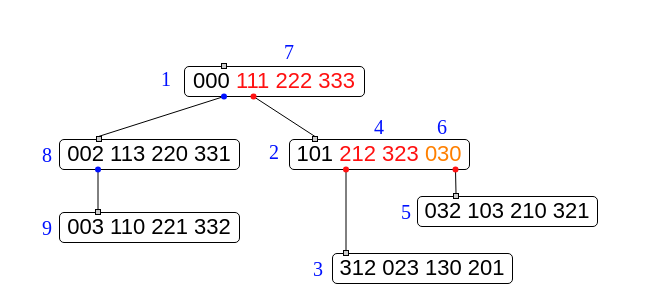
The draw.io diagram Trees/CCRtrees/4k/CCR3/4kCCR3.3v3.drawio in Al-ttaeeA/research, before the edit. Source tidied: cells renumbered, new cells numbered last; positions are measured from the earlier drawing's top-left corner, leaving out a move shared by most shapes. Both pictures are drawn from the tidied source at 100%, with x=0, y=0 at pixel (17, 36).
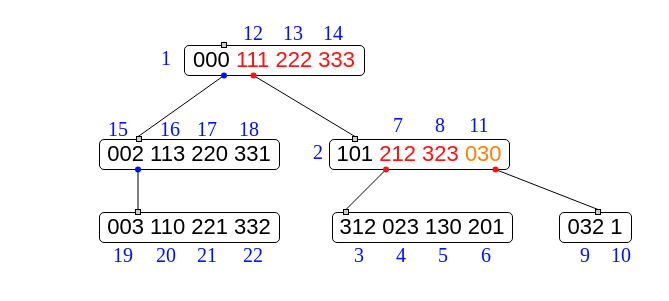
The same page after the edit.

The edit, as a diff of the source:
```diff
@@
     <mxCell id="7" value="&lt;font style=&quot;font-size: 22px;&quot;&gt;000 &lt;font style=&quot;color: rgb(255, 17, 17);&quot;&gt;111 222 333&lt;/font&gt;&lt;/font&gt;" style="rounded=1;whiteSpace=wrap;html=1;" parent="1" vertex="1">
-      <mxGeometry x="167" y="30" width="180" height="30" as="geometry" />
+      <mxGeometry x="167" y="9" width="180" height="30" as="geometry" />
     </mxCell>
     <mxCell id="8" value="&lt;font style=&quot;font-size: 22px;&quot;&gt;101 &lt;font style=&quot;color: rgb(255, 17, 17);&quot;&gt;212 323&lt;/font&gt; &lt;font style=&quot;color: rgb(255, 128, 0);&quot;&gt;030&lt;/font&gt;&lt;/font&gt;" style="rounded=1;whiteSpace=wrap;html=1;" parent="1" vertex="1">
-      <mxGeometry x="272" y="103" width="180" height="30" as="geometry" />
+      <mxGeometry x="312" y="103" width="180" height="30" as="geometry" />
     </mxCell>
     <mxCell id="9" value="&lt;font style=&quot;font-size: 22px;&quot;&gt;002 113 220 &lt;font style=&quot;color: rgb(0, 0, 0);&quot;&gt;331&lt;/font&gt;&lt;/font&gt;" style="rounded=1;whiteSpace=wrap;html=1;" parent="1" vertex="1">
-      <mxGeometry x="42" y="103" width="180" height="30" as="geometry" />
+      <mxGeometry x="82" y="103" width="180" height="30" as="geometry" />
     </mxCell>
     <mxCell id="10" value="&lt;font style=&quot;font-size: 22px;&quot;&gt;003 110 221 332&lt;/font&gt;" style="rounded=1;whiteSpace=wrap;html=1;" parent="1" vertex="1">
-      <mxGeometry x="42" y="176" width="180" height="30" as="geometry" />
+      <mxGeometry x="82" y="176" width="180" height="30" as="geometry" />
     </mxCell>
-    <mxCell id="11" value="&lt;font style=&quot;font-size: 22px;&quot;&gt;032 103 210 321&lt;/font&gt;" style="rounded=1;whiteSpace=wrap;html=1;" parent="1" vertex="1">
-      <mxGeometry x="400" y="160" width="180" height="30" as="geometry" />
+    <mxCell id="11" value="&lt;font style=&quot;font-size: 22px;&quot;&gt;032 1&lt;/font&gt;" style="rounded=1;whiteSpace=wrap;html=1;" parent="1" vertex="1">
+      <mxGeometry x="542" y="176" width="72" height="30" as="geometry" />
     </mxCell>
     <mxCell id="12" value="&lt;font style=&quot;font-size: 22px;&quot;&gt;312 023 130 201&lt;/font&gt;" style="rounded=1;whiteSpace=wrap;html=1;" parent="1" vertex="1">
-      <mxGeometry x="315" y="217" width="180" height="30" as="geometry" />
+      <mxGeometry x="315" y="176" width="180" height="30" as="geometry" />
     </mxCell>
     <mxCell id="13" style="rounded=0;whiteSpace=wrap;html=1;fillColor=#CCCCCC;" parent="1" vertex="1">
-      <mxGeometry x="204" y="27" width="5" height="5" as="geometry" />
+      <mxGeometry x="204" y="6" width="5" height="5" as="geometry" />
     </mxCell>
     <mxCell id="14" style="shape=waypoint;sketch=0;fillStyle=solid;size=6;points=[];fillColor=none;perimeter=centerPerimeter;snapToPoint=1;strokeColor=#FF1111;" parent="1" vertex="1">
-      <mxGeometry x="226" y="50" width="20" height="20" as="geometry" />
+      <mxGeometry x="226" y="29" width="20" height="20" as="geometry" />
     </mxCell>
     <mxCell id="15" value="&lt;font style=&quot;color: rgb(0, 17, 255); font-size: 20px;&quot; face=&quot;Times New Roman&quot;&gt;1&lt;/font&gt;" style="text;html=1;whiteSpace=wrap;strokeColor=none;fillColor=none;align=center;verticalAlign=middle;rounded=0;" parent="1" vertex="1">
-      <mxGeometry x="119" y="27" width="60" height="30" as="geometry" />
+      <mxGeometry x="119" y="6" width="60" height="30" as="geometry" />
     </mxCell>
     <mxCell id="16" style="shape=waypoint;sketch=0;fillStyle=solid;size=6;points=[];fillColor=none;perimeter=centerPerimeter;snapToPoint=1;strokeColor=#0011FF;" parent="1" vertex="1">
-      <mxGeometry x="196.5" y="50" width="20" height="20" as="geometry" />
+      <mxGeometry x="196.5" y="29" width="20" height="20" as="geometry" />
     </mxCell>
     <mxCell id="17" style="rounded=0;whiteSpace=wrap;html=1;fillColor=#CCCCCC;" parent="1" vertex="1">
-      <mxGeometry x="295" y="100" width="5" height="5" as="geometry" />
+      <mxGeometry x="335" y="100" width="5" height="5" as="geometry" />
     </mxCell>
     <mxCell id="18" style="rounded=0;whiteSpace=wrap;html=1;fillColor=#CCCCCC;" parent="1" vertex="1">
-      <mxGeometry x="79" y="100" width="5" height="5" as="geometry" />
+      <mxGeometry x="119" y="100" width="5" height="5" as="geometry" />
     </mxCell>
     <mxCell id="19" style="rounded=0;whiteSpace=wrap;html=1;fillColor=#CCCCCC;" parent="1" vertex="1">
-      <mxGeometry x="436" y="157" width="5" height="5" as="geometry" />
+      <mxGeometry x="578" y="173" width="5" height="5" as="geometry" />
     </mxCell>
     <mxCell id="20" style="rounded=0;whiteSpace=wrap;html=1;fillColor=#CCCCCC;" parent="1" vertex="1">
-      <mxGeometry x="78" y="173" width="5" height="5" as="geometry" />
+      <mxGeometry x="118" y="173" width="5" height="5" as="geometry" />
     </mxCell>
     <mxCell id="21" style="rounded=0;whiteSpace=wrap;html=1;fillColor=#CCCCCC;" parent="1" vertex="1">
-      <mxGeometry x="326" y="214" width="5" height="5" as="geometry" />
+      <mxGeometry x="326" y="173" width="5" height="5" as="geometry" />
     </mxCell>
     <mxCell id="22" style="shape=waypoint;sketch=0;fillStyle=solid;size=6;points=[];fillColor=none;perimeter=centerPerimeter;snapToPoint=1;strokeColor=#FF1111;" parent="1" vertex="1">
-      <mxGeometry x="318.5" y="123" width="20" height="20" as="geometry" />
+      <mxGeometry x="358.5" y="123" width="20" height="20" as="geometry" />
     </mxCell>
     <mxCell id="23" style="shape=waypoint;sketch=0;fillStyle=solid;size=6;points=[];fillColor=none;perimeter=centerPerimeter;snapToPoint=1;strokeColor=#FF1111;" parent="1" vertex="1">
-      <mxGeometry x="428" y="123" width="20" height="20" as="geometry" />
+      <mxGeometry x="468" y="123" width="20" height="20" as="geometry" />
     </mxCell>
+    <mxCell id="29" style="shape=waypoint;sketch=0;fillStyle=solid;size=6;points=[];fillColor=none;perimeter=centerPerimeter;snapToPoint=1;strokeColor=#0011FF;" parent="1" vertex="1">
+      <mxGeometry x="110.5" y="123" width="20" height="20" as="geometry" />
+    </mxCell>
     <mxCell id="24" value="&lt;font style=&quot;color: rgb(0, 17, 255); font-size: 20px;&quot; face=&quot;Times New Roman&quot;&gt;2&lt;/font&gt;" style="text;html=1;whiteSpace=wrap;strokeColor=none;fillColor=none;align=center;verticalAlign=middle;rounded=0;" parent="1" vertex="1">
-      <mxGeometry x="227" y="100" width="60" height="30" as="geometry" />
+      <mxGeometry x="271" y="100" width="60" height="30" as="geometry" />
     </mxCell>
     <mxCell id="25" value="&lt;font style=&quot;color: rgb(0, 17, 255); font-size: 20px;&quot; face=&quot;Times New Roman&quot;&gt;3&lt;/font&gt;" style="text;html=1;whiteSpace=wrap;strokeColor=none;fillColor=none;align=center;verticalAlign=middle;rounded=0;" parent="1" vertex="1">
-      <mxGeometry x="271" y="217" width="60" height="30" as="geometry" />
+      <mxGeometry x="312" y="203" width="60" height="30" as="geometry" />
     </mxCell>
+    <mxCell id="30" value="&lt;font style=&quot;color: rgb(0, 17, 255); font-size: 20px;&quot; face=&quot;Times New Roman&quot;&gt;4&lt;/font&gt;" style="text;html=1;whiteSpace=wrap;strokeColor=none;fillColor=none;align=center;verticalAlign=middle;rounded=0;" parent="1" vertex="1">
+      <mxGeometry x="354" y="203" width="60" height="30" as="geometry" />
+    </mxCell>
+    <mxCell id="31" value="&lt;font style=&quot;color: rgb(0, 17, 255); font-size: 20px;&quot; face=&quot;Times New Roman&quot;&gt;5&lt;/font&gt;" style="text;html=1;whiteSpace=wrap;strokeColor=none;fillColor=none;align=center;verticalAlign=middle;rounded=0;" parent="1" vertex="1">
+      <mxGeometry x="396" y="203" width="60" height="30" as="geometry" />
+    </mxCell>
+    <mxCell id="32" value="&lt;font style=&quot;color: rgb(0, 17, 255); font-size: 20px;&quot; face=&quot;Times New Roman&quot;&gt;6&lt;/font&gt;" style="text;html=1;whiteSpace=wrap;strokeColor=none;fillColor=none;align=center;verticalAlign=middle;rounded=0;" parent="1" vertex="1">
+      <mxGeometry x="439" y="203" width="60" height="30" as="geometry" />
+    </mxCell>
     <mxCell id="26" value="&lt;font style=&quot;color: rgb(0, 17, 255); font-size: 20px;&quot; face=&quot;Times New Roman&quot;&gt;7&lt;/font&gt;" style="text;html=1;whiteSpace=wrap;strokeColor=none;fillColor=none;align=center;verticalAlign=middle;rounded=0;" parent="1" vertex="1">
-      <mxGeometry x="242" width="60" height="30" as="geometry" />
+      <mxGeometry x="351" y="73" width="60" height="30" as="geometry" />
     </mxCell>
     <mxCell id="27" value="&lt;font style=&quot;color: rgb(0, 17, 255); font-size: 20px;&quot; face=&quot;Times New Roman&quot;&gt;8&lt;/font&gt;" style="text;html=1;whiteSpace=wrap;strokeColor=none;fillColor=none;align=center;verticalAlign=middle;rounded=0;" parent="1" vertex="1">
-      <mxGeometry y="103" width="60" height="30" as="geometry" />
+      <mxGeometry x="393" y="73" width="60" height="30" as="geometry" />
     </mxCell>
     <mxCell id="28" value="&lt;font style=&quot;color: rgb(0, 17, 255); font-size: 20px;&quot; face=&quot;Times New Roman&quot;&gt;9&lt;/font&gt;" style="text;html=1;whiteSpace=wrap;strokeColor=none;fillColor=none;align=center;verticalAlign=middle;rounded=0;" parent="1" vertex="1">
-      <mxGeometry y="176" width="60" height="30" as="geometry" />
+      <mxGeometry x="538" y="203" width="60" height="30" as="geometry" />
     </mxCell>
-    <mxCell id="29" style="shape=waypoint;sketch=0;fillStyle=solid;size=6;points=[];fillColor=none;perimeter=centerPerimeter;snapToPoint=1;strokeColor=#0011FF;" parent="1" vertex="1">
-      <mxGeometry x="70.5" y="123" width="20" height="20" as="geometry" />
-    </mxCell>
-    <mxCell id="30" value="&lt;font style=&quot;color: rgb(0, 17, 255); font-size: 20px;&quot; face=&quot;Times New Roman&quot;&gt;4&lt;/font&gt;" style="text;html=1;whiteSpace=wrap;strokeColor=none;fillColor=none;align=center;verticalAlign=middle;rounded=0;" parent="1" vertex="1">
-      <mxGeometry x="332" y="75" width="60" height="30" as="geometry" />
-    </mxCell>
-    <mxCell id="31" value="&lt;font style=&quot;color: rgb(0, 17, 255); font-size: 20px;&quot; face=&quot;Times New Roman&quot;&gt;5&lt;/font&gt;" style="text;html=1;whiteSpace=wrap;strokeColor=none;fillColor=none;align=center;verticalAlign=middle;rounded=0;" parent="1" vertex="1">
-      <mxGeometry x="359" y="160" width="60" height="30" as="geometry" />
-    </mxCell>
-    <mxCell id="32" value="&lt;font style=&quot;color: rgb(0, 17, 255); font-size: 20px;&quot; face=&quot;Times New Roman&quot;&gt;6&lt;/font&gt;" style="text;html=1;whiteSpace=wrap;strokeColor=none;fillColor=none;align=center;verticalAlign=middle;rounded=0;" parent="1" vertex="1">
-      <mxGeometry x="395" y="75" width="60" height="30" as="geometry" />
-    </mxCell>
+    <mxCell id="33" value="&lt;font style=&quot;color: rgb(0, 17, 255); font-size: 20px;&quot; face=&quot;Times New Roman&quot;&gt;10&lt;/font&gt;" style="text;html=1;whiteSpace=wrap;strokeColor=none;fillColor=none;align=center;verticalAlign=middle;rounded=0;" parent="1" vertex="1">
+      <mxGeometry x="574" y="203" width="60" height="30" as="geometry" />
+    </mxCell>
+    <mxCell id="34" value="&lt;font style=&quot;color: rgb(0, 17, 255); font-size: 20px;&quot; face=&quot;Times New Roman&quot;&gt;11&lt;/font&gt;" style="text;html=1;whiteSpace=wrap;strokeColor=none;fillColor=none;align=center;verticalAlign=middle;rounded=0;" parent="1" vertex="1">
+      <mxGeometry x="432" y="73" width="60" height="30" as="geometry" />
+    </mxCell>
+    <mxCell id="35" value="&lt;font style=&quot;color: rgb(0, 17, 255); font-size: 20px;&quot; face=&quot;Times New Roman&quot;&gt;12&lt;/font&gt;" style="text;html=1;whiteSpace=wrap;strokeColor=none;fillColor=none;align=center;verticalAlign=middle;rounded=0;" parent="1" vertex="1">
+      <mxGeometry x="206" y="-19" width="60" height="30" as="geometry" />
+    </mxCell>
+    <mxCell id="36" value="&lt;font style=&quot;color: rgb(0, 17, 255); font-size: 20px;&quot; face=&quot;Times New Roman&quot;&gt;13&lt;/font&gt;" style="text;html=1;whiteSpace=wrap;strokeColor=none;fillColor=none;align=center;verticalAlign=middle;rounded=0;" parent="1" vertex="1">
+      <mxGeometry x="246" y="-19" width="60" height="30" as="geometry" />
+    </mxCell>
+    <mxCell id="37" value="&lt;font style=&quot;color: rgb(0, 17, 255); font-size: 20px;&quot; face=&quot;Times New Roman&quot;&gt;14&lt;/font&gt;" style="text;html=1;whiteSpace=wrap;strokeColor=none;fillColor=none;align=center;verticalAlign=middle;rounded=0;" parent="1" vertex="1">
+      <mxGeometry x="286" y="-19" width="60" height="30" as="geometry" />
+    </mxCell>
+    <mxCell id="38" value="&lt;font style=&quot;color: rgb(0, 17, 255); font-size: 20px;&quot; face=&quot;Times New Roman&quot;&gt;15&lt;/font&gt;" style="text;html=1;whiteSpace=wrap;strokeColor=none;fillColor=none;align=center;verticalAlign=middle;rounded=0;" parent="1" vertex="1">
+      <mxGeometry x="70.5" y="77" width="60" height="30" as="geometry" />
+    </mxCell>
+    <mxCell id="39" value="&lt;font style=&quot;color: rgb(0, 17, 255); font-size: 20px;&quot; face=&quot;Times New Roman&quot;&gt;16&lt;/font&gt;" style="text;html=1;whiteSpace=wrap;strokeColor=none;fillColor=none;align=center;verticalAlign=middle;rounded=0;" parent="1" vertex="1">
+      <mxGeometry x="123" y="77" width="60" height="30" as="geometry" />
+    </mxCell>
+    <mxCell id="40" value="&lt;font style=&quot;color: rgb(0, 17, 255); font-size: 20px;&quot; face=&quot;Times New Roman&quot;&gt;17&lt;/font&gt;" style="text;html=1;whiteSpace=wrap;strokeColor=none;fillColor=none;align=center;verticalAlign=middle;rounded=0;" parent="1" vertex="1">
+      <mxGeometry x="160" y="77" width="60" height="30" as="geometry" />
+    </mxCell>
+    <mxCell id="41" value="&lt;font style=&quot;color: rgb(0, 17, 255); font-size: 20px;&quot; face=&quot;Times New Roman&quot;&gt;18&lt;/font&gt;" style="text;html=1;whiteSpace=wrap;strokeColor=none;fillColor=none;align=center;verticalAlign=middle;rounded=0;fontStyle=0;" parent="1" vertex="1">
+      <mxGeometry x="202" y="77" width="60" height="30" as="geometry" />
+    </mxCell>
+    <mxCell id="42" value="&lt;font style=&quot;color: rgb(0, 17, 255); font-size: 20px;&quot; face=&quot;Times New Roman&quot;&gt;19&lt;/font&gt;" style="text;html=1;whiteSpace=wrap;strokeColor=none;fillColor=none;align=center;verticalAlign=middle;rounded=0;" parent="1" vertex="1">
+      <mxGeometry x="76" y="203" width="60" height="30" as="geometry" />
+    </mxCell>
+    <mxCell id="43" value="&lt;font style=&quot;color: rgb(0, 17, 255); font-size: 20px;&quot; face=&quot;Times New Roman&quot;&gt;20&lt;/font&gt;" style="text;html=1;whiteSpace=wrap;strokeColor=none;fillColor=none;align=center;verticalAlign=middle;rounded=0;" parent="1" vertex="1">
+      <mxGeometry x="119" y="203" width="60" height="30" as="geometry" />
+    </mxCell>
+    <mxCell id="44" value="&lt;font style=&quot;color: rgb(0, 17, 255); font-size: 20px;&quot; face=&quot;Times New Roman&quot;&gt;21&lt;/font&gt;" style="text;html=1;whiteSpace=wrap;strokeColor=none;fillColor=none;align=center;verticalAlign=middle;rounded=0;" parent="1" vertex="1">
+      <mxGeometry x="160" y="203" width="60" height="30" as="geometry" />
+    </mxCell>
+    <mxCell id="45" value="&lt;font style=&quot;color: rgb(0, 17, 255); font-size: 20px;&quot; face=&quot;Times New Roman&quot;&gt;22&lt;/font&gt;" style="text;html=1;whiteSpace=wrap;strokeColor=none;fillColor=none;align=center;verticalAlign=middle;rounded=0;" parent="1" vertex="1">
+      <mxGeometry x="206" y="203" width="60" height="30" as="geometry" />
+    </mxCell>
```
